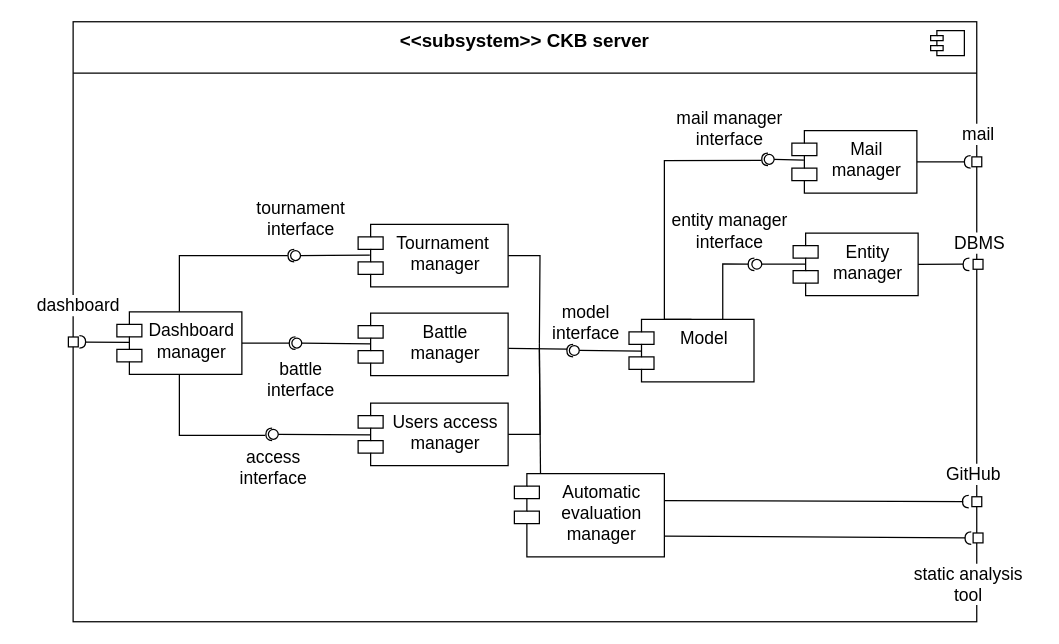
The draw.io diagram page "component view" (3 of 6) of diagrams/architecture/hl-system.drawio in mttcrn/software-engineering-II-project, before the edit. Source tidied: cells renumbered, new cells numbered last; positions are measured from the earlier drawing's top-left corner, leaving out a move shared by most shapes. Both pictures are drawn from the tidied source at 125%, with x=0, y=0 at pixel (20, 21).
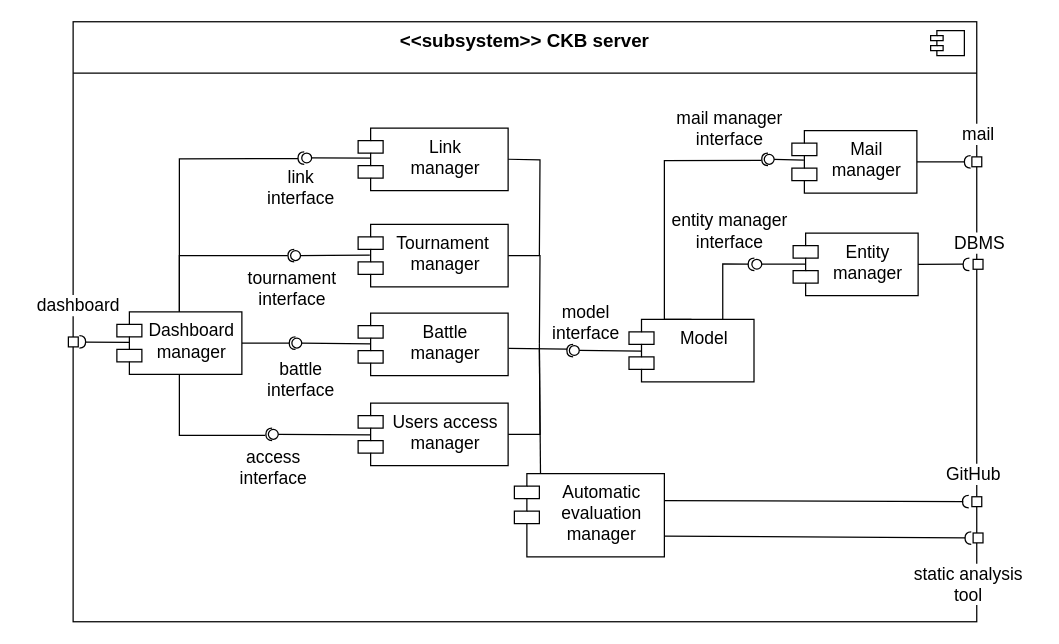
The same diagram, later.

Unchanged cells that the change refers to:
```xml
<mxCell id="12" value="Dashboard manager" style="shape=module;align=center;spacingLeft=20;align=center;verticalAlign=top;whiteSpace=wrap;html=1;fontSize=14;" parent="1" vertex="1">
  <mxGeometry x="77" y="231.9" width="100" height="50" as="geometry" />
</mxCell>
```

What changed in the source:
```diff
@@
     <mxCell id="55" value="tournament&lt;br style=&quot;font-size: 14px;&quot;&gt;interface" style="text;html=1;align=center;verticalAlign=middle;strokeColor=none;fillColor=none;fontSize=14;" parent="1" vertex="1">
-      <mxGeometry x="179.4" y="131.9" width="90" height="50" as="geometry" />
+      <mxGeometry x="172.4" y="187.9" width="90" height="50" as="geometry" />
     </mxCell>
@@
+    <mxCell id="66" style="edgeStyle=orthogonalEdgeStyle;rounded=0;orthogonalLoop=1;jettySize=auto;html=1;exitX=1;exitY=0.5;exitDx=0;exitDy=0;endArrow=none;endFill=0;" parent="1" edge="1">
+      <mxGeometry relative="1" as="geometry">
+        <mxPoint x="390" y="109.9" as="sourcePoint" />
+        <mxPoint x="415" y="187" as="targetPoint" />
+      </mxGeometry>
+    </mxCell>
+    <mxCell id="67" value="Link&lt;br style=&quot;font-size: 14px;&quot;&gt;manager" style="shape=module;align=center;spacingLeft=20;align=center;verticalAlign=top;whiteSpace=wrap;html=1;fontSize=14;" parent="1" vertex="1">
+      <mxGeometry x="270" y="84.9" width="120" height="50" as="geometry" />
+    </mxCell>
+    <mxCell id="68" style="rounded=0;jettySize=auto;html=1;endArrow=none;endFill=0;exitX=0.083;exitY=0.482;exitDx=0;exitDy=0;exitPerimeter=0;fontSize=14;entryX=1;entryY=0.5;entryDx=0;entryDy=0;" parent="1" edge="1" source="67" target="70">
+      <mxGeometry relative="1" as="geometry" />
+    </mxCell>
+    <mxCell id="69" style="shape=requiredInterface;html=1;fontSize=14;align=center;fillColor=none;points=[];verticalAlign=bottom;labelPosition=center;verticalLabelPosition=top;flipH=1;rotation=0;" parent="1" vertex="1">
+      <mxGeometry x="221.9" y="103.9" width="5" height="10" as="geometry" />
+    </mxCell>
+    <mxCell id="70" style="ellipse;html=1;fontSize=14;" parent="1" vertex="1">
+      <mxGeometry x="224.9" y="104.9" width="7.9" height="7.9" as="geometry" />
+    </mxCell>
+    <mxCell id="71" style="edgeStyle=orthogonalEdgeStyle;rounded=0;jettySize=auto;html=1;exitX=0.5;exitY=0;exitDx=0;exitDy=0;entryX=0.986;entryY=0.559;entryDx=0;entryDy=0;entryPerimeter=0;endArrow=none;endFill=0;" parent="1" edge="1" source="12" target="69">
+      <mxGeometry relative="1" as="geometry" />
+    </mxCell>
+    <mxCell id="72" value="link&lt;br&gt;interface" style="text;html=1;align=center;verticalAlign=middle;strokeColor=none;fillColor=none;fontSize=14;" parent="1" vertex="1">
+      <mxGeometry x="184.4" y="106.9" width="80" height="50" as="geometry" />
+    </mxCell>
```
